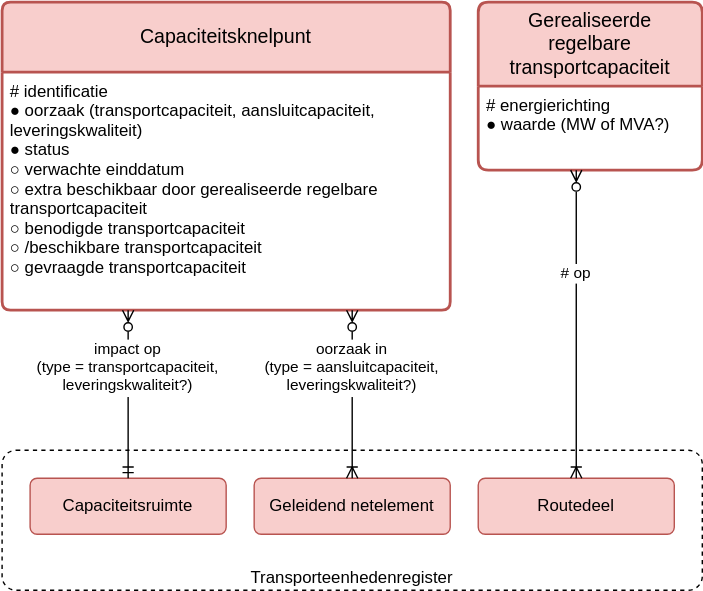
Earlier version of the draw.io export registers/capaciteitsknelpuntenregister/1.0/capaciteitsknelpuntenregister.drawio.svg (Netbeheer-Nederland/stelsel). Source tidied: cells renumbered, new cells last; positions are measured from the earlier drawing's top-left corner, leaving out a move shared by most shapes.
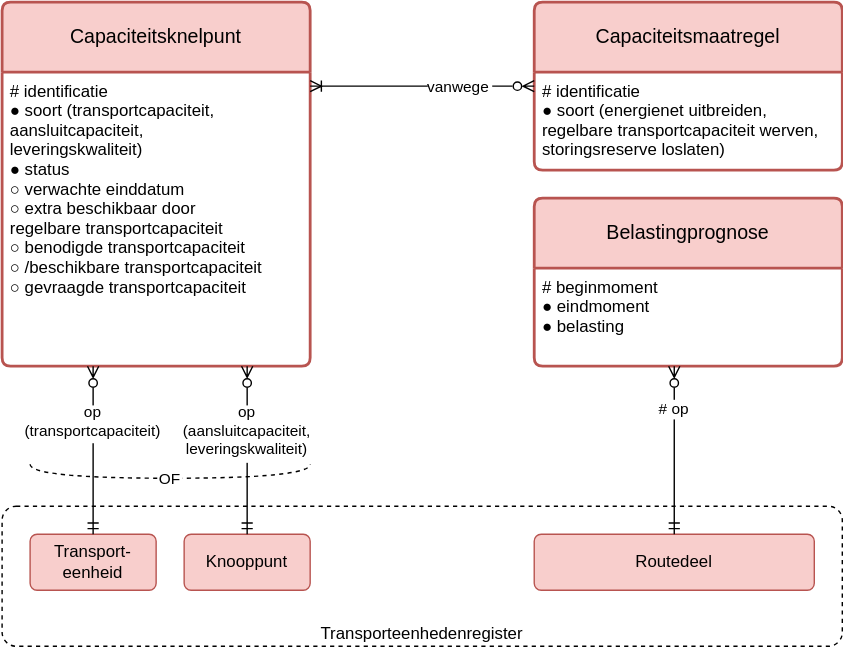
Later version of the same file.

The edit, as a diff of the source:
```diff
@@ -3,37 +3,56 @@
     <mxCell id="0" />
     <mxCell id="1" parent="0" />
     <mxCell id="2" value="Capaciteitsknelpunt" style="swimlane;horizontal=1;startSize=50;rounded=1;fontSize=14;fontStyle=0;strokeWidth=2;shadow=0;dashed=0;align=center;arcSize=4;whiteSpace=wrap;spacing=10;fillColor=#f8cecc;strokeColor=#b85450;" parent="1" vertex="1">
-      <mxGeometry width="320" height="220" as="geometry" />
+      <mxGeometry x="-440" y="320" width="220" height="260" as="geometry" />
     </mxCell>
-    <mxCell id="3" value="# identificatie&#10;● oorzaak (transportcapaciteit, aansluitcapaciteit,&#10;   leveringskwaliteit)&#10;● status&#10;○ verwachte einddatum&#10;○ extra beschikbaar door gerealiseerde regelbare&#10;   transportcapaciteit&#10;○ benodigde transportcapaciteit&#10;○ /beschikbare transportcapaciteit&#10;○ gevraagde transportcapaciteit" style="align=left;strokeColor=none;fillColor=none;spacingLeft=4;fontSize=12;verticalAlign=top;" parent="2" vertex="1">
-      <mxGeometry y="50" width="320" height="170" as="geometry" />
+    <mxCell id="3" value="# identificatie&#10;● soort (transportcapaciteit,&#10;   aansluitcapaciteit,&#10;   leveringskwaliteit)&#10;● status&#10;○ verwachte einddatum&#10;○ extra beschikbaar door&#10;   regelbare transportcapaciteit&#10;○ benodigde transportcapaciteit&#10;○ /beschikbare transportcapaciteit&#10;○ gevraagde transportcapaciteit" style="align=left;strokeColor=none;fillColor=none;spacingLeft=4;fontSize=12;verticalAlign=top;" parent="2" vertex="1">
+      <mxGeometry y="50" width="220" height="210" as="geometry" />
     </mxCell>
-    <mxCell id="4" value="Transporteenhedenregister" style="rounded=1;whiteSpace=wrap;absoluteArcSize=1;dashed=1;fillColor=default;verticalAlign=bottom;spacingLeft=10;spacingRight=10;" parent="1" vertex="1">
-      <mxGeometry y="320" width="500" height="100" as="geometry" />
+    <mxCell id="4" value="Transporteenhedenregister" style="rounded=1;whiteSpace=wrap;absoluteArcSize=1;dashed=1;fillColor=default;verticalAlign=bottom;spacingLeft=10;spacingRight=10;align=center;" parent="1" vertex="1">
+      <mxGeometry x="-440" y="680" width="600" height="100" as="geometry" />
     </mxCell>
-    <mxCell id="5" value="Capaciteitsruimte" style="rounded=1;arcSize=10;whiteSpace=wrap;align=center;absoluteArcSize=1;spacing=10;fillColor=#f8cecc;strokeColor=#b85450;" parent="1" vertex="1">
-      <mxGeometry x="20" y="340" width="140" height="40" as="geometry" />
+    <mxCell id="5" value="Transport-eenheid" style="rounded=1;arcSize=10;whiteSpace=wrap;align=center;absoluteArcSize=1;spacing=10;fillColor=#f8cecc;strokeColor=#b85450;" parent="1" vertex="1">
+      <mxGeometry x="-420" y="700" width="90" height="40" as="geometry" />
     </mxCell>
-    <mxCell id="6" value="impact op&#10;(type = transportcapaciteit,&#10;leveringskwaliteit?)" style="endArrow=ERmandOne;edgeStyle=elbowEdgeStyle;endFill=0;startArrow=ERzeroToMany;startFill=0;" parent="1" edge="1" source="2" target="5">
-      <mxGeometry x="-0.33" relative="1" as="geometry" />
+    <mxCell id="6" value="op&#10;(transportcapaciteit)" style="endArrow=ERmandOne;endFill=0;startArrow=ERzeroToMany;startFill=0;align=center;edgeStyle=elbowEdgeStyle;verticalAlign=top;" parent="1" edge="1" source="2" target="5">
+      <mxGeometry x="-0.67" relative="1" as="geometry" />
     </mxCell>
-    <mxCell id="7" value="Geleidend netelement" style="rounded=1;arcSize=10;whiteSpace=wrap;align=center;absoluteArcSize=1;spacing=10;fillColor=#f8cecc;strokeColor=#b85450;" parent="1" vertex="1">
-      <mxGeometry x="180" y="340" width="140" height="40" as="geometry" />
-    </mxCell>
-    <mxCell id="8" value="oorzaak in&#10;(type = aansluitcapaciteit,&#10;leveringskwaliteit?)" style="endArrow=ERoneToMany;edgeStyle=elbowEdgeStyle;endFill=0;startArrow=ERzeroToMany;startFill=0;" parent="1" edge="1" source="2" target="7">
-      <mxGeometry x="-0.33" relative="1" as="geometry" />
-    </mxCell>
-    <mxCell id="9" value="Gerealiseerde regelbare transportcapaciteit" style="swimlane;horizontal=1;startSize=60;rounded=1;fontSize=14;fontStyle=0;strokeWidth=2;shadow=0;dashed=0;align=center;arcSize=4;whiteSpace=wrap;spacing=10;fillColor=#f8cecc;strokeColor=#b85450;" parent="1" vertex="1">
-      <mxGeometry x="340" width="160" height="120" as="geometry" />
-    </mxCell>
-    <mxCell id="10" value="# energierichting&#10;● waarde (MW of MVA?)" style="align=left;strokeColor=none;fillColor=none;spacingLeft=4;fontSize=12;verticalAlign=top;" parent="9" vertex="1">
-      <mxGeometry y="60" width="160" height="60" as="geometry" />
-    </mxCell>
     <mxCell id="11" value="Routedeel" style="rounded=1;arcSize=10;whiteSpace=wrap;align=center;absoluteArcSize=1;spacing=10;fillColor=#f8cecc;strokeColor=#b85450;" parent="1" vertex="1">
-      <mxGeometry x="340" y="340" width="140" height="40" as="geometry" />
+      <mxGeometry x="-60" y="700" width="200" height="40" as="geometry" />
     </mxCell>
+    <mxCell id="13" value="Capaciteitsmaatregel" style="swimlane;horizontal=1;startSize=50;rounded=1;fontSize=14;fontStyle=0;strokeWidth=2;shadow=0;dashed=0;align=center;arcSize=4;whiteSpace=wrap;spacing=10;fillColor=#f8cecc;strokeColor=#b85450;" parent="1" vertex="1">
+      <mxGeometry x="-60" y="320" width="220" height="120" as="geometry" />
+    </mxCell>
+    <mxCell id="14" value="# identificatie&#10;● soort (energienet uitbreiden,&#10;   regelbare transportcapaciteit werven,&#10;   storingsreserve loslaten)" style="align=left;strokeColor=none;fillColor=none;spacingLeft=4;fontSize=12;verticalAlign=top;" parent="13" vertex="1">
+      <mxGeometry y="50" width="220" height="70" as="geometry" />
+    </mxCell>
+    <mxCell id="15" value="Belastingprognose" style="swimlane;horizontal=1;startSize=50;rounded=1;fontSize=14;fontStyle=0;strokeWidth=2;shadow=0;dashed=0;align=center;arcSize=4;whiteSpace=wrap;spacing=10;fillColor=#f8cecc;strokeColor=#b85450;" parent="1" vertex="1">
+      <mxGeometry x="-60" y="460" width="220" height="120" as="geometry" />
+    </mxCell>
+    <mxCell id="16" value="# beginmoment&#10;● eindmoment&#10;● belasting" style="align=left;strokeColor=none;fillColor=none;spacingLeft=4;fontSize=12;verticalAlign=top;" parent="15" vertex="1">
+      <mxGeometry y="50" width="220" height="70" as="geometry" />
+    </mxCell>
+    <mxCell id="17" value="vanwege" style="endArrow=ERoneToMany;edgeStyle=elbowEdgeStyle;endFill=0;startArrow=ERzeroToMany;startFill=0;align=right;elbow=vertical;" parent="1" edge="1" source="13" target="2">
+      <mxGeometry x="-0.62" relative="1" as="geometry" />
+    </mxCell>
-    <mxCell id="12" value="# op" style="endArrow=ERoneToMany;edgeStyle=elbowEdgeStyle;endFill=0;startArrow=ERzeroToMany;startFill=0;" parent="1" edge="1" source="9" target="11">
-      <mxGeometry x="-0.33" relative="1" as="geometry" />
+    <mxCell id="12" value="# op" style="endArrow=ERmandOne;edgeStyle=elbowEdgeStyle;endFill=0;startArrow=ERzeroToMany;startFill=0;" parent="1" edge="1" source="15" target="11">
+      <mxGeometry x="-0.5" relative="1" as="geometry" />
     </mxCell>
+    <mxCell id="18" value="Knooppunt" style="rounded=1;arcSize=10;whiteSpace=wrap;align=center;absoluteArcSize=1;spacing=10;fillColor=#f8cecc;strokeColor=#b85450;" parent="1" vertex="1">
+      <mxGeometry x="-310" y="700" width="90" height="40" as="geometry" />
+    </mxCell>
+    <mxCell id="19" value="op&#10;(aansluitcapaciteit,&#10;leveringskwaliteit)" style="endArrow=ERmandOne;endFill=0;startArrow=ERzeroToMany;startFill=0;align=center;edgeStyle=elbowEdgeStyle;verticalAlign=top;" parent="1" edge="1" source="2" target="18">
+      <mxGeometry x="-0.67" relative="1" as="geometry" />
+    </mxCell>
+    <mxCell id="20" value="OF" style="endArrow=none;dashed=1;rounded=0;elbow=vertical;edgeStyle=orthogonalEdgeStyle;curved=1;" parent="1" edge="1">
+      <mxGeometry relative="1" as="geometry">
+        <mxPoint x="-420" y="650" as="sourcePoint" />
+        <mxPoint x="-220" y="650" as="targetPoint" />
+        <Array as="points">
+          <mxPoint x="-420" y="660" />
+          <mxPoint x="-220" y="660" />
+        </Array>
+      </mxGeometry>
+    </mxCell>
   </root>
 </mxGraphModel>
```
